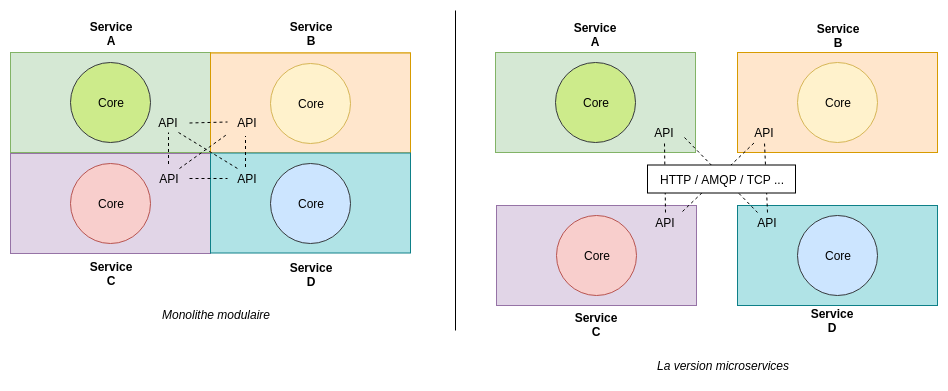
Above: images/monolith.png in avandekerkhove/talk-modular-event-driven-architecture (draw.io), before the change. Source tidied: cells renumbered, new cells last; positions are measured from the earlier drawing's top-left corner, leaving out a move shared by most shapes.
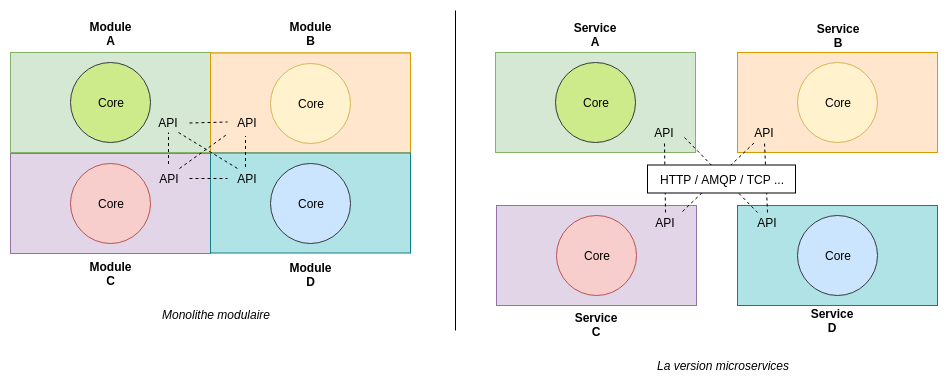
Later version of the same file.

The edit, as a diff of the source:
```diff
@@ -74,7 +74,7 @@
     <mxCell id="25" value="API" style="text;html=1;strokeColor=none;fillColor=none;align=center;verticalAlign=middle;whiteSpace=wrap;rounded=0;" parent="22" vertex="1">
       <mxGeometry x="10" y="7" width="40" height="20" as="geometry" />
     </mxCell>
-    <mxCell id="26" value="Service&lt;br&gt;A&lt;br&gt;" style="text;html=1;strokeColor=none;fillColor=none;align=center;verticalAlign=middle;whiteSpace=wrap;rounded=0;fontStyle=1;" parent="1" vertex="1">
+    <mxCell id="26" value="Module&lt;br&gt;A&lt;br&gt;" style="text;html=1;strokeColor=none;fillColor=none;align=center;verticalAlign=middle;whiteSpace=wrap;rounded=0;fontStyle=1;" parent="1" vertex="1">
       <mxGeometry x="75" y="8" width="50" height="30" as="geometry" />
     </mxCell>
     <mxCell id="27" style="group;labelPosition=right;verticalLabelPosition=top;align=left;verticalAlign=bottom;horizontal=1;" parent="1" vertex="1">
@@ -89,7 +89,7 @@
     <mxCell id="30" value="API" style="text;html=1;strokeColor=none;fillColor=none;align=center;verticalAlign=middle;whiteSpace=wrap;rounded=0;" parent="27" vertex="1">
       <mxGeometry x="138" y="60" width="40" height="20" as="geometry" />
     </mxCell>
-    <mxCell id="31" value="Service&lt;br&gt;B&lt;br&gt;" style="text;html=1;strokeColor=none;fillColor=none;align=center;verticalAlign=middle;whiteSpace=wrap;rounded=0;fontStyle=1;" parent="1" vertex="1">
+    <mxCell id="31" value="Module&lt;br&gt;B&lt;br&gt;" style="text;html=1;strokeColor=none;fillColor=none;align=center;verticalAlign=middle;whiteSpace=wrap;rounded=0;fontStyle=1;" parent="1" vertex="1">
       <mxGeometry x="275" y="7.5" width="50" height="30" as="geometry" />
     </mxCell>
     <mxCell id="32" style="group;labelPosition=right;verticalLabelPosition=top;align=left;verticalAlign=bottom;horizontal=1;fillColor=#ffe6cc;strokeColor=#d79b00;" parent="1" vertex="1">
@@ -107,7 +107,7 @@
     <mxCell id="36" value="API" style="text;html=1;strokeColor=none;fillColor=none;align=center;verticalAlign=middle;whiteSpace=wrap;rounded=0;" parent="1" vertex="1">
       <mxGeometry x="100" y="155" width="40" height="20" as="geometry" />
     </mxCell>
-    <mxCell id="37" value="Service&lt;br&gt;C&lt;br&gt;" style="text;html=1;strokeColor=none;fillColor=none;align=center;verticalAlign=middle;whiteSpace=wrap;rounded=0;fontStyle=1;" parent="1" vertex="1">
+    <mxCell id="37" value="Module&lt;br&gt;C&lt;br&gt;" style="text;html=1;strokeColor=none;fillColor=none;align=center;verticalAlign=middle;whiteSpace=wrap;rounded=0;fontStyle=1;" parent="1" vertex="1">
       <mxGeometry x="75" y="248" width="50" height="30" as="geometry" />
     </mxCell>
     <mxCell id="38" style="group;labelPosition=right;verticalLabelPosition=top;align=left;verticalAlign=bottom;horizontal=1;fillColor=#f5f5f5;strokeColor=none;fontColor=#333333;" parent="1" vertex="1">
@@ -125,7 +125,7 @@
     <mxCell id="42" value="API" style="text;html=1;strokeColor=none;fillColor=none;align=center;verticalAlign=middle;whiteSpace=wrap;rounded=0;" parent="1" vertex="1">
       <mxGeometry x="341" y="155" width="40" height="20" as="geometry" />
     </mxCell>
-    <mxCell id="43" value="Service&lt;br&gt;D&lt;br&gt;" style="text;html=1;strokeColor=none;fillColor=none;align=center;verticalAlign=middle;whiteSpace=wrap;rounded=0;fontStyle=1;" parent="1" vertex="1">
+    <mxCell id="43" value="Module&lt;br&gt;D&lt;br&gt;" style="text;html=1;strokeColor=none;fillColor=none;align=center;verticalAlign=middle;whiteSpace=wrap;rounded=0;fontStyle=1;" parent="1" vertex="1">
       <mxGeometry x="275" y="249" width="50" height="30" as="geometry" />
     </mxCell>
     <mxCell id="44" style="group;labelPosition=right;verticalLabelPosition=top;align=left;verticalAlign=bottom;horizontal=1;" parent="1" vertex="1">
```
